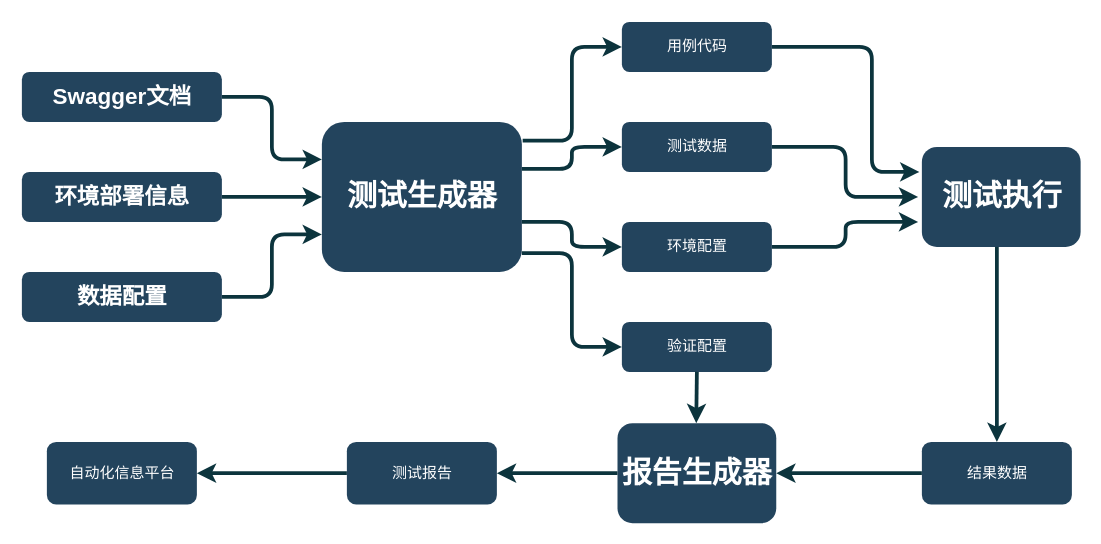
Above: APITestGenerator.drawio in xiongxiaoqing614/diagrams (draw.io), before the change. Source tidied: cells renumbered, new cells numbered last; positions are measured from the earlier drawing's top-left corner, leaving out a move shared by most shapes. Both pictures are drawn from the tidied source at 125%, with x=0, y=0 at pixel (21, 21).
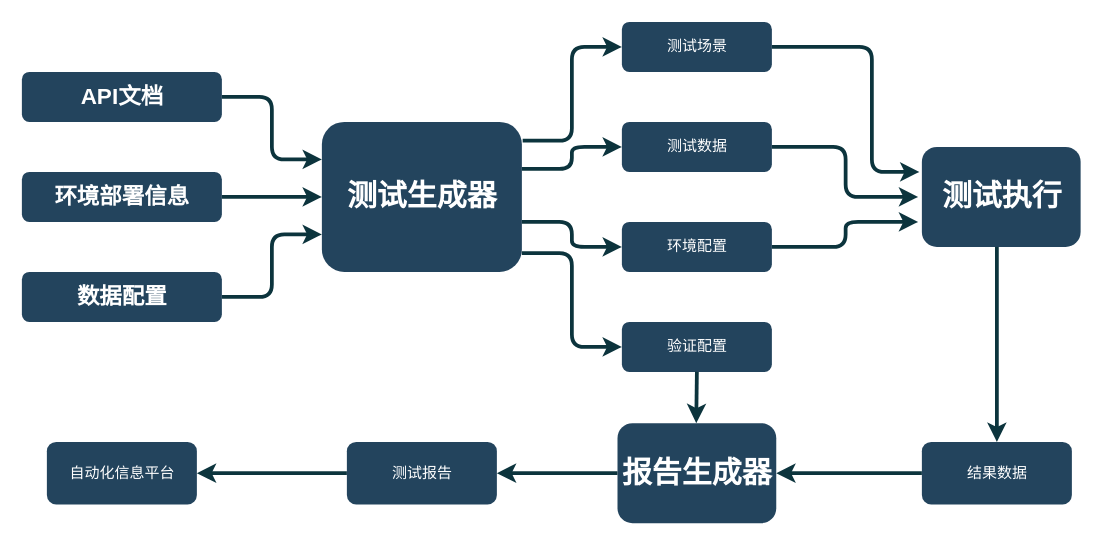
Above is the later version.

Change to the diagram source:
```diff
@@
-    <mxCell id="2" value="&lt;h2&gt;&lt;font color=&quot;#ffffff&quot;&gt;Swagger文档&lt;/font&gt;&lt;/h2&gt;" style="rounded=1;fillColor=#23445D;strokeColor=none;strokeWidth=2;fontFamily=Helvetica;html=1;gradientColor=none;" parent="1" vertex="1">
+    <mxCell id="2" value="&lt;h2&gt;&lt;font color=&quot;#ffffff&quot;&gt;API文档&lt;/font&gt;&lt;/h2&gt;" style="rounded=1;fillColor=#23445D;strokeColor=none;strokeWidth=2;fontFamily=Helvetica;html=1;gradientColor=none;" parent="1" vertex="1">
       <mxGeometry y="40" width="160" height="40" as="geometry" />
     </mxCell>
-    <mxCell id="3" value="&lt;font color=&quot;#ffffff&quot;&gt;用例代码&lt;/font&gt;" style="rounded=1;fillColor=#23445D;strokeColor=none;strokeWidth=2;fontFamily=Helvetica;html=1;gradientColor=none;" parent="1" vertex="1">
+    <mxCell id="3" value="&lt;font color=&quot;#ffffff&quot;&gt;测试场景&lt;/font&gt;" style="rounded=1;fillColor=#23445D;strokeColor=none;strokeWidth=2;fontFamily=Helvetica;html=1;gradientColor=none;" parent="1" vertex="1">
       <mxGeometry x="480" width="120" height="40" as="geometry" />
     </mxCell>
```
